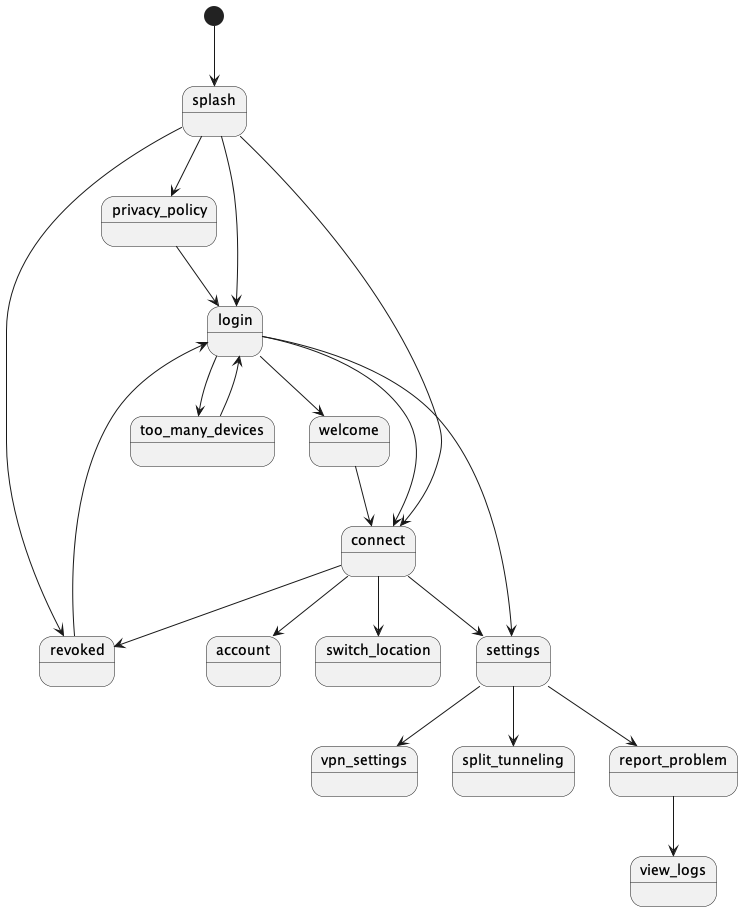
Earlier version of the PlantUML export android/docs/diagrams/nav_graph.png (mullvad/mullvadvpn-app). Source of this version:
```plantuml
@startuml
[*] --> splash
splash --> privacy_policy
splash --> login
splash --> connect
splash --> revoked


revoked --> login
privacy_policy --> login

login --> welcome
login --> too_many_devices
login --> settings
login --> connect

too_many_devices --> login

welcome --> connect

connect --> revoked
connect --> settings
connect --> account
connect --> switch_location

settings --> vpn_settings
settings --> split_tunneling
settings --> report_problem

report_problem --> view_logs

@enduml
```
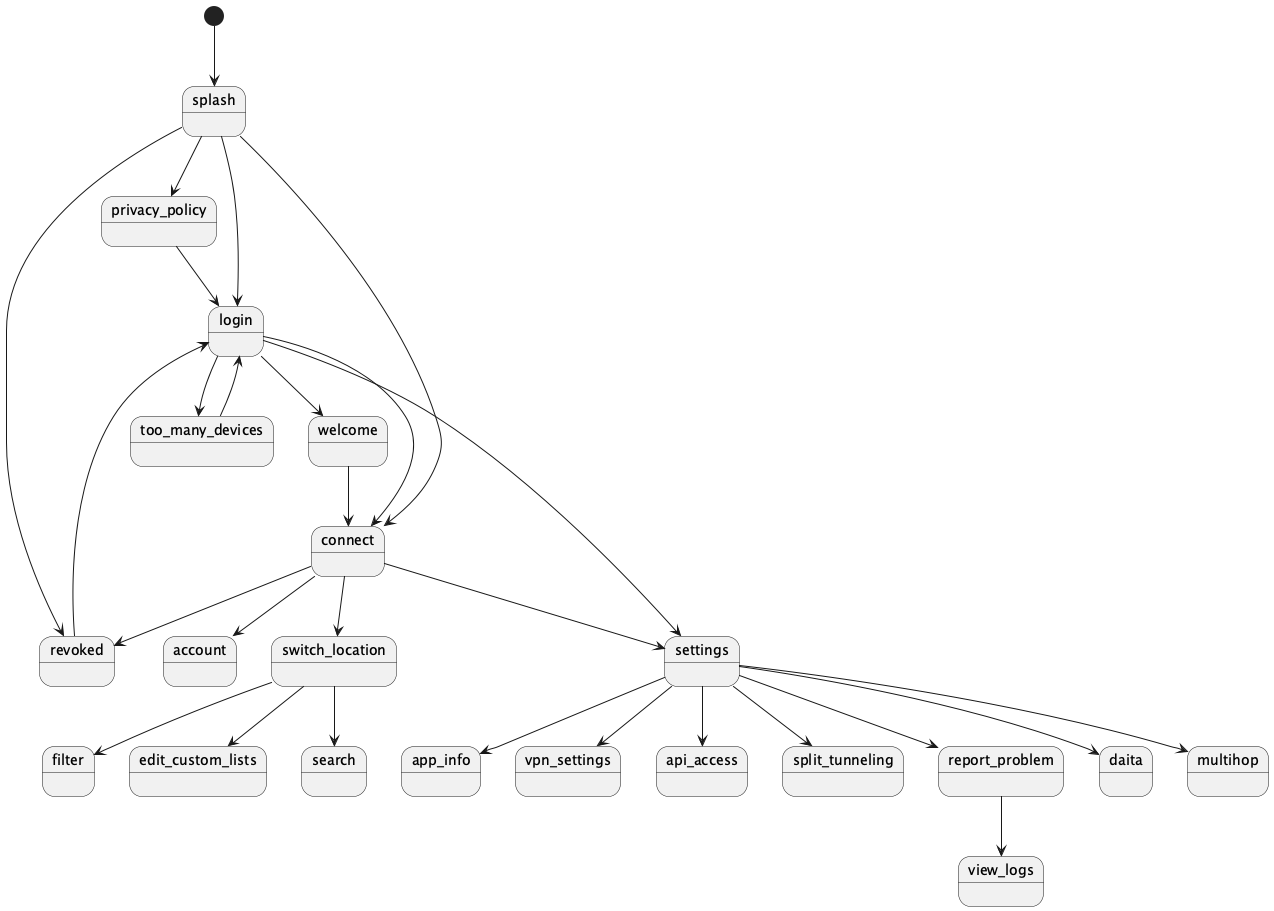
The same diagram one commit later.

Commit message:
Update nav_graph diagram

The edit, as a diff of the source:
```diff
@@ -4,7 +4,6 @@
 splash --> login
 splash --> connect
 splash --> revoked
-
 
 revoked --> login
 privacy_policy --> login
@@ -23,9 +22,17 @@
 connect --> account
 connect --> switch_location
 
+switch_location --> search
+switch_location --> filter
+switch_location --> edit_custom_lists
+
 settings --> vpn_settings
+settings --> api_access
 settings --> split_tunneling
 settings --> report_problem
+settings --> daita
+settings --> multihop
+settings --> app_info
 
 report_problem --> view_logs
 
```
